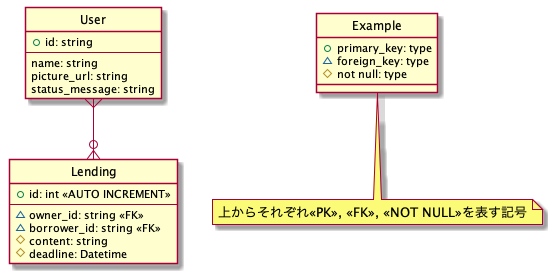
Above: ImageUML/er.png in mayu-snba19/hacku-vol4 (PlantUML), before the change. Source of this version:
```plantuml
@startuml er

hide circle
skinparam inetype ortho

entity User {
    +id: string
    --
    name: string
    picture_url: string
    status_message: string
}

entity Lending {
    +id: int <<AUTO INCREMENT>>
    --
    ~owner_id: string <<FK>>
    ~borrower_id: string <<FK>>
    #content: string
    #deadline: Datetime
}

User }--o{ Lending

entity Example {
    +primary_key: type
    ~foreign_key: type
    #not null: type
}
note bottom of Example: 上からそれぞれ<<PK>>, <<FK>>, <<NOT NULL>>を表す記号

@enduml
```
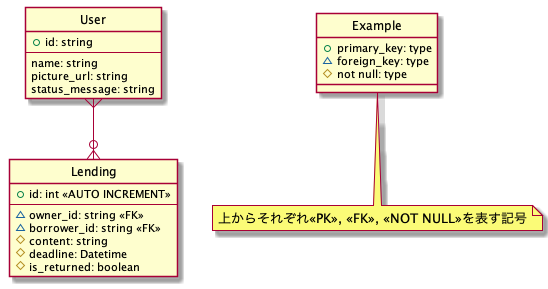
After the change.

Commit message:
ER図のlendingsテーブルにis_returnedを追加した

Diff of the diagram source:
```diff
@@ -18,6 +18,7 @@
     ~borrower_id: string <<FK>>
     #content: string
     #deadline: Datetime
+    #is_returned: boolean
 }
 
 User }--o{ Lending
```
